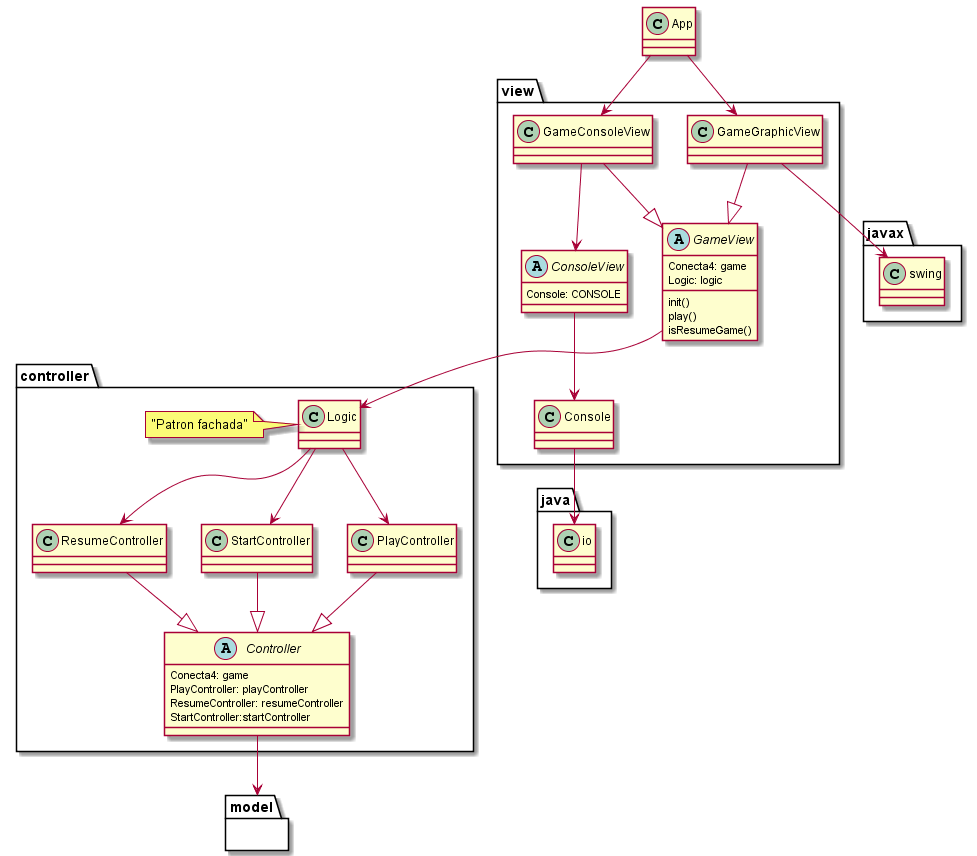
Before: conecta4-mvc/doc/model.view.controller.png, a diagram exported from PlantUML (arturisimo/conecta4).
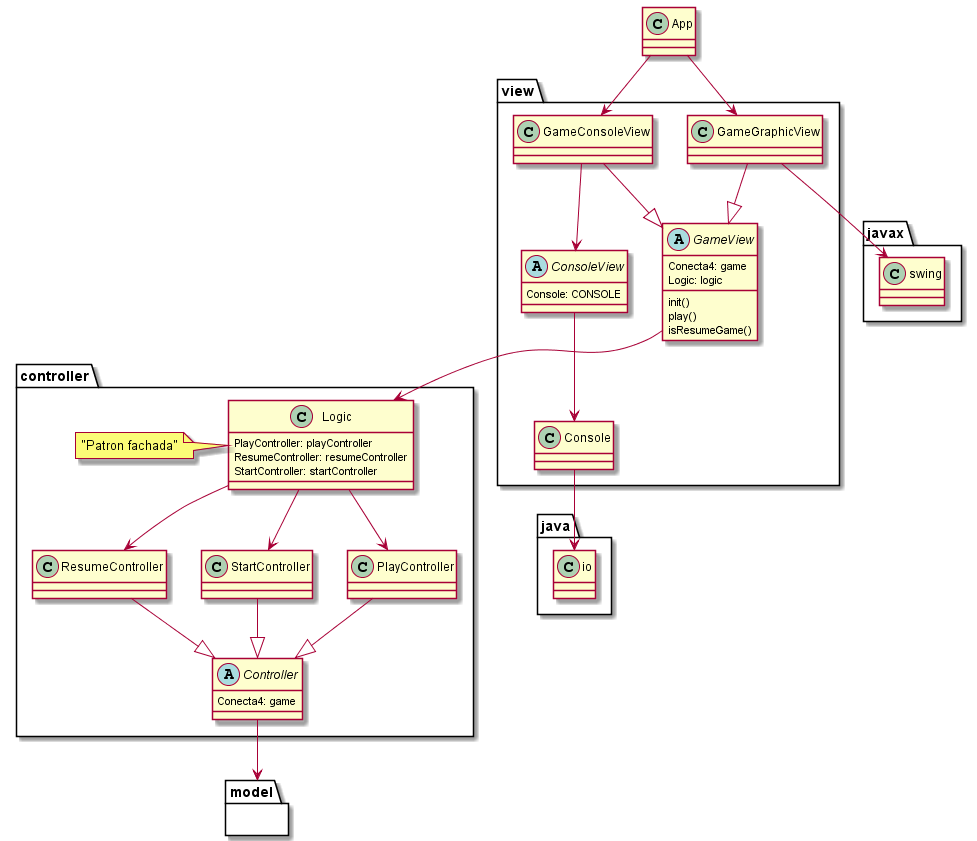
The same diagram one commit later.

What changed in the source:
```diff
@@ -36,7 +36,11 @@
 
 package controller {
 
-	class Logic
+	class Logic {
+		PlayController: playController
+    	ResumeController: resumeController
+    	StartController: startController
+	}
 	note left of [Logic] : "Patron fachada"
 
 
@@ -54,9 +58,6 @@
 
 	abstract class Controller {
 		Conecta4: game
-		PlayController: playController
-    	ResumeController: resumeController
-    	StartController:startController
 	}
 }
 
```
